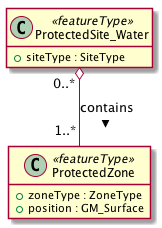
Before: images/ProtectedSite.png, a diagram exported from PlantUML (opengeospatial/D040-Complex_Feature_Handling_Engineering_Report). Source of this version:
```plantuml
@startuml
hide methods
class ProtectedSite_Water <<featureType>> {
  +siteType : SiteType
}
class ProtectedZone <<featureType>> {
  +zoneType : ZoneType
  +position : GM_Surface
}

ProtectedSite_Water "0..*" o-- "1..*" ProtectedZone : contains >
@enduml
```
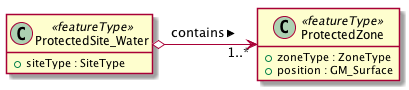
After the change.

Change to the diagram source:
```diff
@@ -8,5 +8,5 @@
   +position : GM_Surface
 }
 
-ProtectedSite_Water "0..*" o-- "1..*" ProtectedZone : contains >
+ProtectedSite_Water o-> "1..*" ProtectedZone : contains >
 @enduml
```
